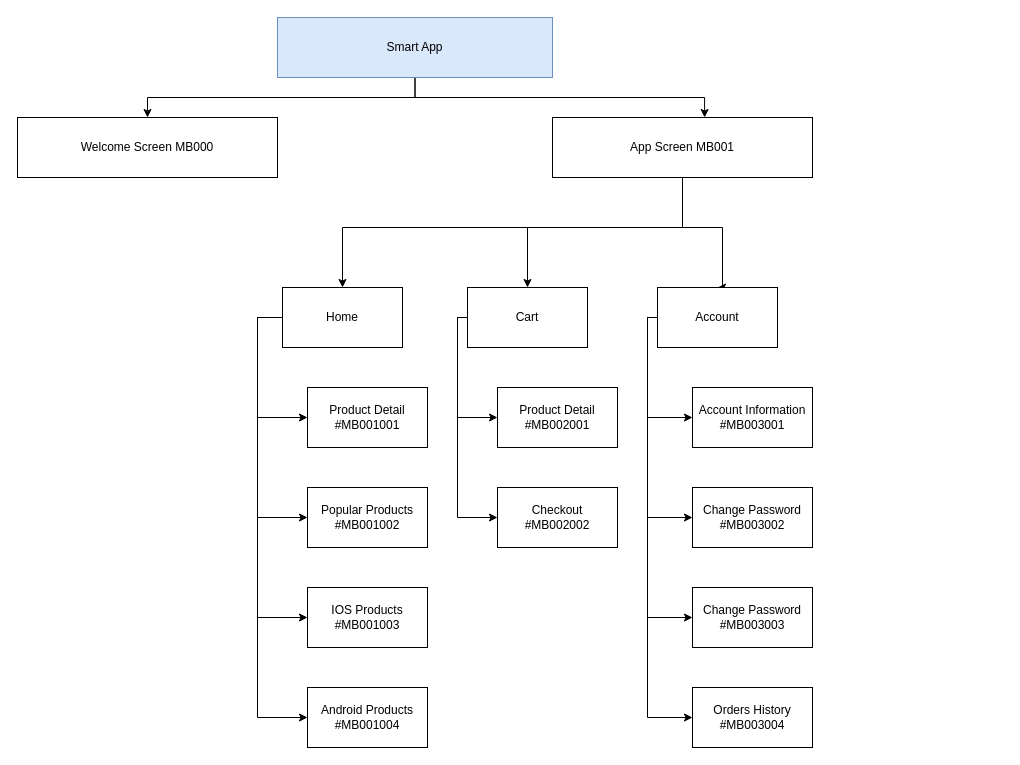
Before: PRM/01.SA/SiteMap.drawio in nghipq/Group5, a draw.io diagram. Source tidied: cells renumbered, new cells numbered last; positions are measured from the earlier drawing's top-left corner, leaving out a move shared by most shapes. Both pictures are drawn from the tidied source at 100%, with x=0, y=0 at pixel (17, 17).
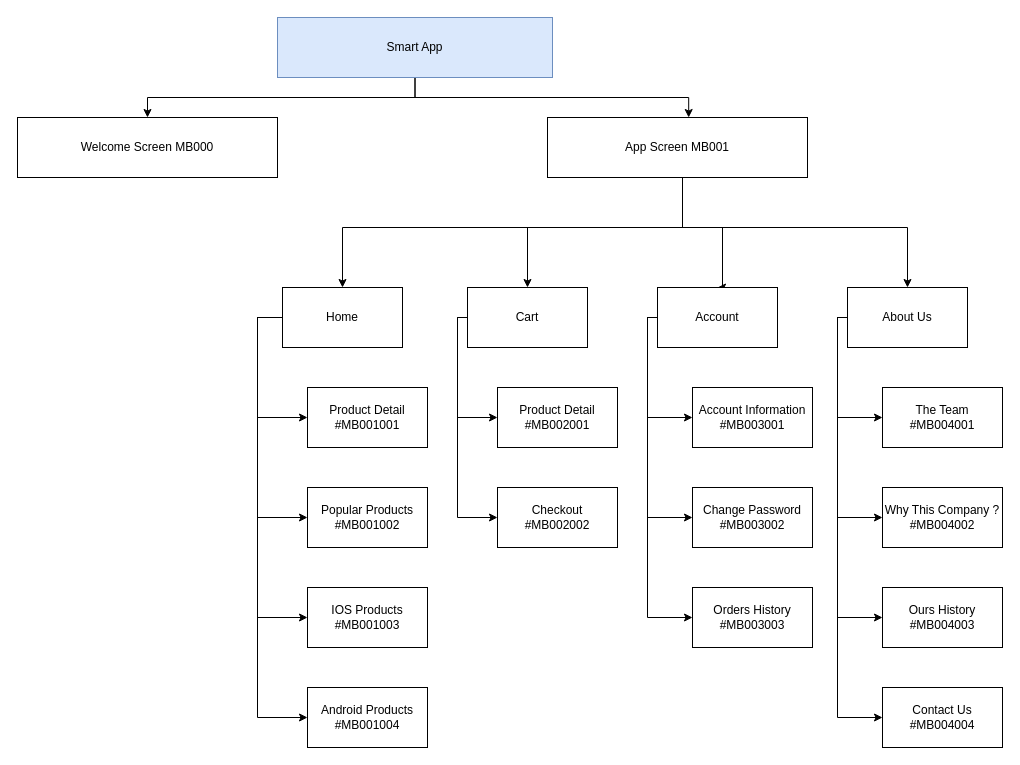
After the change.

The change refers to these unchanged cells:
```xml
<mxCell id="4" value="Smart App" style="rounded=0;whiteSpace=wrap;html=1;fillColor=#dae8fc;strokeColor=#6c8ebf;" parent="1" vertex="1">
  <mxGeometry x="260" width="275" height="60" as="geometry" />
</mxCell>
<mxCell id="28" value="Account" style="rounded=0;whiteSpace=wrap;html=1;" parent="1" vertex="1">
  <mxGeometry x="640" y="270" width="120" height="60" as="geometry" />
</mxCell>
```

Change to the diagram source:
```diff
@@
-    <mxCell id="3" style="edgeStyle=orthogonalEdgeStyle;rounded=0;jettySize=auto;html=1;entryX=0.585;entryY=0;entryDx=0;entryDy=0;entryPerimeter=0;" parent="1" edge="1" source="4" target="9">
-      <mxGeometry relative="1" as="geometry" />
+    <mxCell id="3" style="edgeStyle=orthogonalEdgeStyle;rounded=0;jettySize=auto;html=1;entryX=0.543;entryY=0;entryDx=0;entryDy=0;entryPerimeter=0;" parent="1" edge="1" source="4" target="9">
+      <mxGeometry relative="1" as="geometry">
+        <Array as="points">
+          <mxPoint x="398" y="80" />
+          <mxPoint x="672" y="80" />
+          <mxPoint x="672" y="100" />
+        </Array>
+      </mxGeometry>
     </mxCell>
@@
+    <mxCell id="33" style="edgeStyle=orthogonalEdgeStyle;rounded=0;jettySize=auto;html=1;entryX=0.5;entryY=0;entryDx=0;entryDy=0;" parent="1" edge="1" source="9" target="35">
+      <mxGeometry relative="1" as="geometry">
+        <Array as="points">
+          <mxPoint x="665" y="210" />
+          <mxPoint x="890" y="210" />
+        </Array>
+      </mxGeometry>
+    </mxCell>
     <mxCell id="9" value="App Screen MB001" style="rounded=0;whiteSpace=wrap;html=1;" parent="1" vertex="1">
-      <mxGeometry x="535" y="100" width="260" height="60" as="geometry" />
+      <mxGeometry x="530" y="100" width="260" height="60" as="geometry" />
     </mxCell>
@@
-    <mxCell id="26" style="edgeStyle=orthogonalEdgeStyle;rounded=0;jettySize=auto;html=1;entryX=0;entryY=0.5;entryDx=0;entryDy=0;" parent="1" edge="1" source="28" target="31">
-      <mxGeometry relative="1" as="geometry">
-        <Array as="points">
-          <mxPoint x="630" y="300" />
-          <mxPoint x="630" y="600" />
-        </Array>
-      </mxGeometry>
-    </mxCell>
     <mxCell id="27" style="edgeStyle=orthogonalEdgeStyle;rounded=0;jettySize=auto;html=1;entryX=0;entryY=0.5;entryDx=0;entryDy=0;" parent="1" edge="1" source="28" target="32">
       <mxGeometry relative="1" as="geometry">
         <Array as="points">
           <mxPoint x="630" y="300" />
-          <mxPoint x="630" y="700" />
+          <mxPoint x="630" y="600" />
         </Array>
       </mxGeometry>
     </mxCell>
@@
-    <mxCell id="31" value="Change Password #MB003003" style="rounded=0;whiteSpace=wrap;html=1;" parent="1" vertex="1">
-      <mxGeometry x="675" y="570" width="120" height="60" as="geometry" />
-    </mxCell>
-    <mxCell id="32" value="Orders History #MB003004" style="rounded=0;whiteSpace=wrap;html=1;" parent="1" vertex="1">
-      <mxGeometry x="675" y="670" width="120" height="60" as="geometry" />
+    <mxCell id="32" value="Orders History #MB003003" style="rounded=0;whiteSpace=wrap;html=1;" parent="1" vertex="1">
+      <mxGeometry x="675" y="570" width="120" height="60" as="geometry" />
     </mxCell>
+    <mxCell id="34" style="edgeStyle=orthogonalEdgeStyle;rounded=0;jettySize=auto;html=1;entryX=0;entryY=0.5;entryDx=0;entryDy=0;" parent="1" edge="1" source="35" target="42">
+      <mxGeometry relative="1" as="geometry">
+        <Array as="points">
+          <mxPoint x="820" y="300" />
+          <mxPoint x="820" y="700" />
+        </Array>
+      </mxGeometry>
+    </mxCell>
+    <mxCell id="35" value="About Us" style="rounded=0;whiteSpace=wrap;html=1;" parent="1" vertex="1">
+      <mxGeometry x="830" y="270" width="120" height="60" as="geometry" />
+    </mxCell>
+    <mxCell id="36" style="edgeStyle=orthogonalEdgeStyle;rounded=0;jettySize=auto;html=1;entryX=0;entryY=0.5;entryDx=0;entryDy=0;" parent="1" edge="1" target="39">
+      <mxGeometry relative="1" as="geometry">
+        <mxPoint x="830" y="300" as="sourcePoint" />
+        <Array as="points">
+          <mxPoint x="820" y="300" />
+          <mxPoint x="820" y="400" />
+        </Array>
+      </mxGeometry>
+    </mxCell>
+    <mxCell id="37" style="edgeStyle=orthogonalEdgeStyle;rounded=0;jettySize=auto;html=1;entryX=0;entryY=0.5;entryDx=0;entryDy=0;" parent="1" edge="1" target="40">
+      <mxGeometry relative="1" as="geometry">
+        <mxPoint x="830" y="300" as="sourcePoint" />
+        <Array as="points">
+          <mxPoint x="820" y="300" />
+          <mxPoint x="820" y="500" />
+        </Array>
+      </mxGeometry>
+    </mxCell>
+    <mxCell id="38" style="edgeStyle=orthogonalEdgeStyle;rounded=0;jettySize=auto;html=1;entryX=0;entryY=0.5;entryDx=0;entryDy=0;" parent="1" edge="1" target="41">
+      <mxGeometry relative="1" as="geometry">
+        <mxPoint x="830" y="300" as="sourcePoint" />
+        <Array as="points">
+          <mxPoint x="820" y="300" />
+          <mxPoint x="820" y="600" />
+        </Array>
+      </mxGeometry>
+    </mxCell>
+    <mxCell id="39" value="The Team #MB004001" style="rounded=0;whiteSpace=wrap;html=1;" parent="1" vertex="1">
+      <mxGeometry x="865" y="370" width="120" height="60" as="geometry" />
+    </mxCell>
+    <mxCell id="40" value="Why This Company ? #MB004002" style="rounded=0;whiteSpace=wrap;html=1;" parent="1" vertex="1">
+      <mxGeometry x="865" y="470" width="120" height="60" as="geometry" />
+    </mxCell>
+    <mxCell id="41" value="Ours History #MB004003" style="rounded=0;whiteSpace=wrap;html=1;" parent="1" vertex="1">
+      <mxGeometry x="865" y="570" width="120" height="60" as="geometry" />
+    </mxCell>
+    <mxCell id="42" value="Contact Us #MB004004" style="rounded=0;whiteSpace=wrap;html=1;" parent="1" vertex="1">
+      <mxGeometry x="865" y="670" width="120" height="60" as="geometry" />
+    </mxCell>
```
